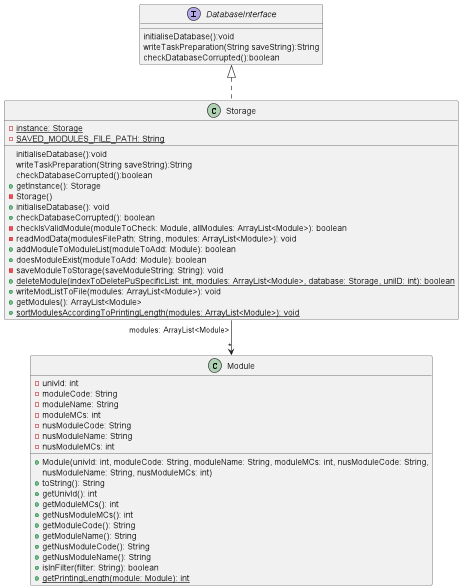
nus-cs2113-AY2223S2/tp keeps this PlantUML diagram as docs/diagrams/Storage/StorageClassDiagram.png. Above is the earlier version.
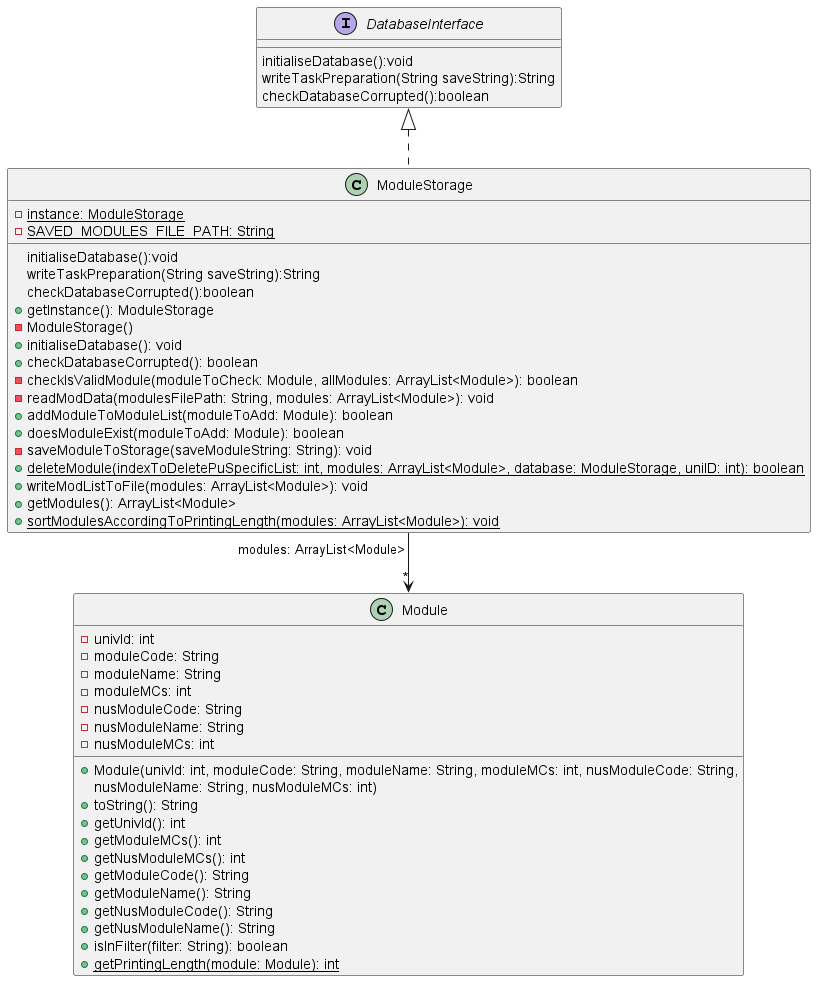
The same diagram one commit later.

Commit message:
Change Storage to ModuleStorage in Sequence Diagrams and update png file

The edit, as a diff of the source:
```diff
@@ -6,14 +6,14 @@
 checkDatabaseCorrupted():boolean
 }
 
-class Storage implements DatabaseInterface {
+class ModuleStorage implements DatabaseInterface {
 initialiseDatabase():void
 writeTaskPreparation(String saveString):String
 checkDatabaseCorrupted():boolean
-- {static}instance: Storage
+- {static}instance: ModuleStorage
 - {static}SAVED_MODULES_FILE_PATH: String
-+ getInstance(): Storage
-- Storage()
++ getInstance(): ModuleStorage
+- ModuleStorage()
 + initialiseDatabase(): void
 + checkDatabaseCorrupted(): boolean
 - checkIsValidModule(moduleToCheck: Module, allModules: ArrayList<Module>): boolean
@@ -21,13 +21,13 @@
 + addModuleToModuleList(moduleToAdd: Module): boolean
 + doesModuleExist(moduleToAdd: Module): boolean
 - saveModuleToStorage(saveModuleString: String): void
-+ {static}deleteModule(indexToDeletePuSpecificList: int, modules: ArrayList<Module>, database: Storage, uniID: int): boolean
++ {static}deleteModule(indexToDeletePuSpecificList: int, modules: ArrayList<Module>, database: ModuleStorage, uniID: int): boolean
 + writeModListToFile(modules: ArrayList<Module>): void
 + getModules(): ArrayList<Module>
 + {static}sortModulesAccordingToPrintingLength(modules: ArrayList<Module>): void
 }
 
-Storage "modules: ArrayList<Module>"--> "*"Module
+ModuleStorage "modules: ArrayList<Module>"--> "*"Module
 
 class Module {
 -univId: int
```
